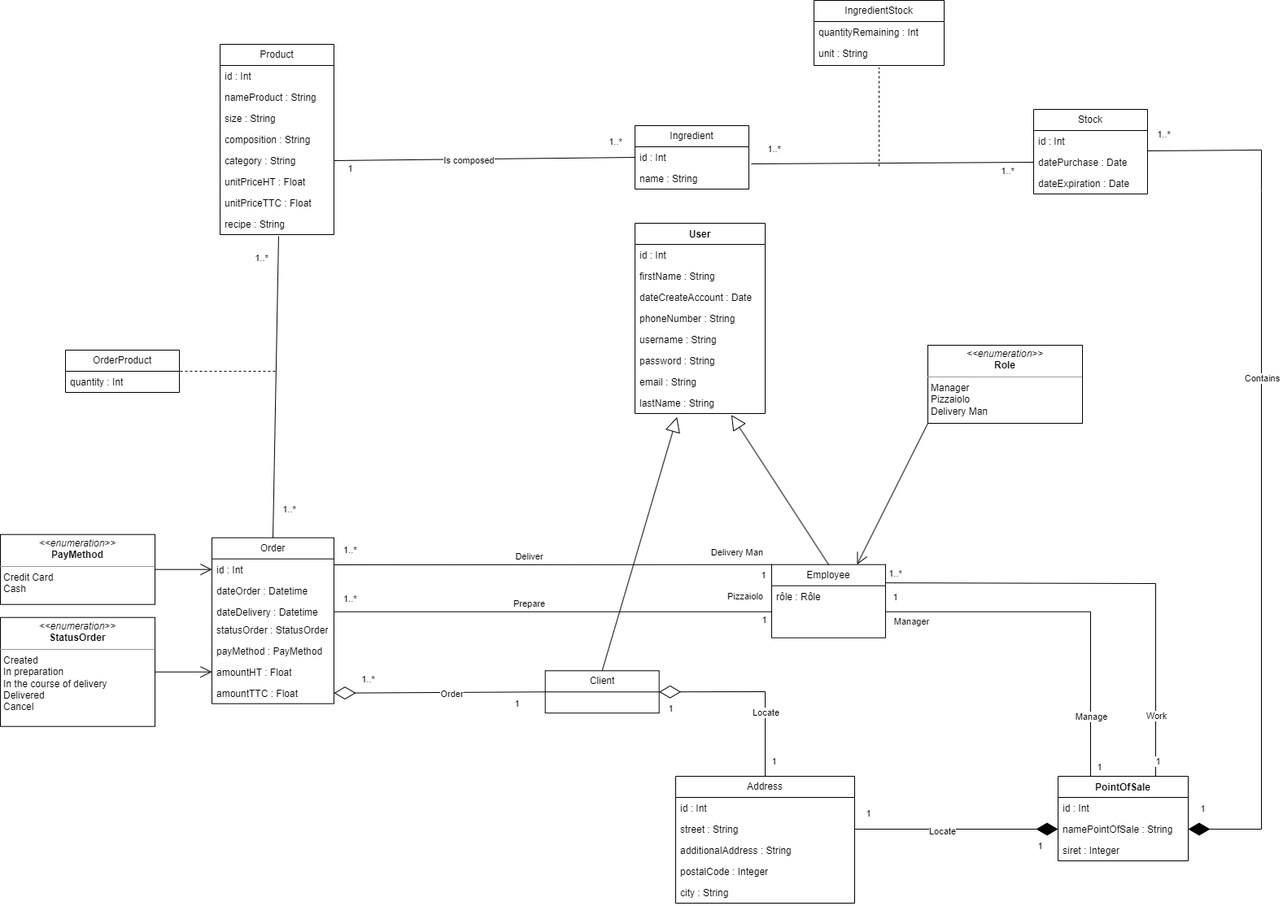
This is Concevez la solution technique d’un système de gestion de pizzerias_Famery_Valentin_/Famery_Valentin_1_diagramme_de_classe_mmaaaa/GestionPizzeria.png from valentinfamery/Openclassrooms-Project-8, a draw.io export, as it was before one commit. Source tidied: cells renumbered, new cells last; positions are measured from the earlier drawing's top-left corner, leaving out a move shared by most shapes.
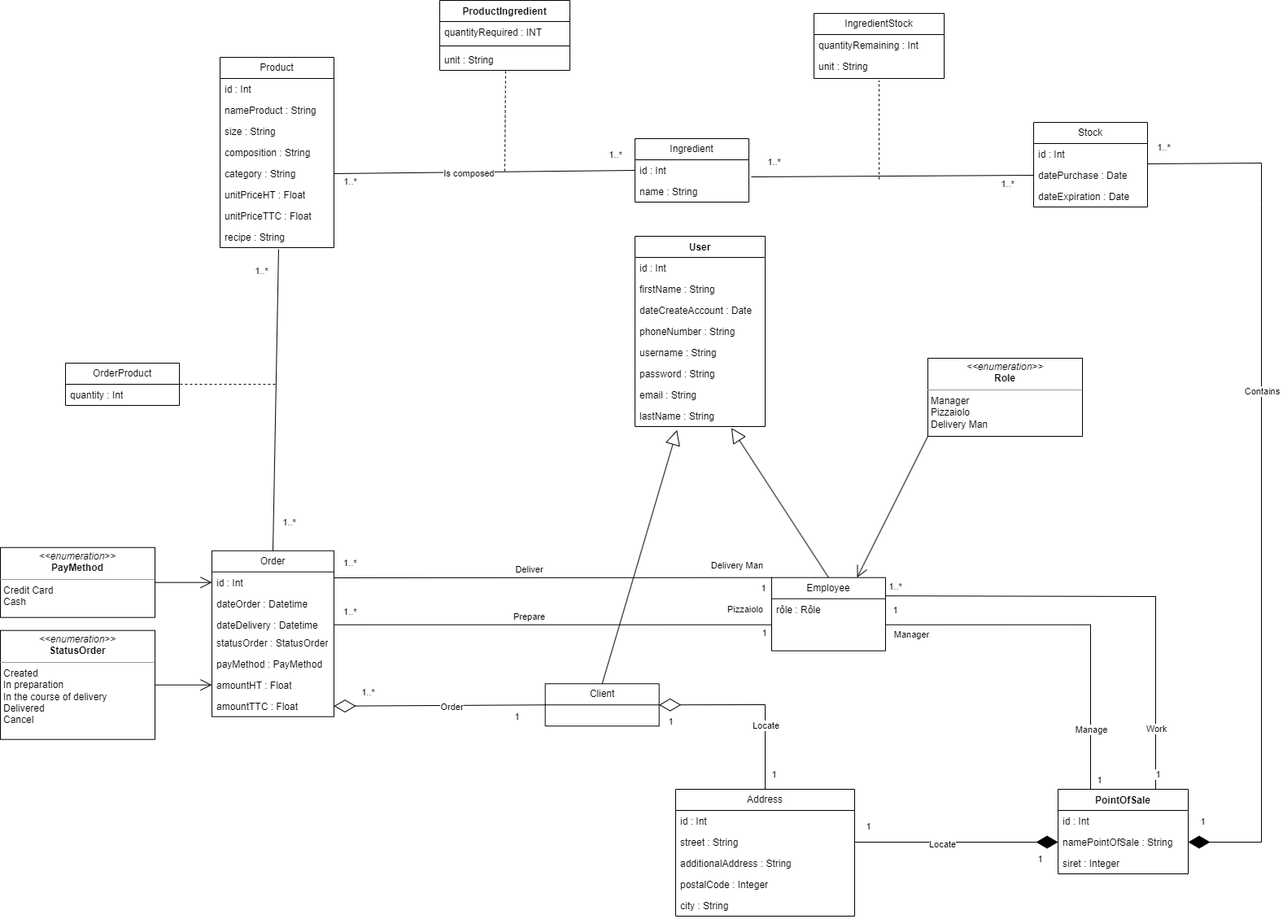
After the commit.

Commit message:
add new class association in class diagram

Change to the diagram source:
```diff
@@ -348,7 +348,7 @@
         <mxPoint y="-20" as="offset" />
       </mxGeometry>
     </mxCell>
-    <mxCell id="95" value="1" style="edgeLabel;html=1;align=center;verticalAlign=middle;" parent="92" vertex="1">
+    <mxCell id="95" value="1..*" style="edgeLabel;html=1;align=center;verticalAlign=middle;" parent="92" vertex="1">
       <mxGeometry x="-0.82" y="1" relative="1" as="geometry">
         <mxPoint x="-14" y="11" as="offset" />
       </mxGeometry>
@@ -415,5 +415,22 @@
         <mxPoint x="-2" y="-277" as="offset" />
       </mxGeometry>
     </mxCell>
+    <mxCell id="108" style="endArrow=none;dashed=1;html=1;rounded=0;entryX=0.506;entryY=1;entryDx=0;entryDy=0;entryPerimeter=0;" parent="1" edge="1" target="112">
+      <mxGeometry relative="1" as="geometry">
+        <mxPoint x="620" y="194" as="sourcePoint" />
+      </mxGeometry>
+    </mxCell>
+    <mxCell id="109" value="ProductIngredient" style="swimlane;fontStyle=1;align=center;verticalAlign=top;horizontal=1;startSize=26;whiteSpace=wrap;html=1;" parent="1" vertex="1">
+      <mxGeometry x="540" y="-16" width="160" height="86" as="geometry" />
+    </mxCell>
+    <mxCell id="110" value="quantityRequired : INT" style="text;strokeColor=none;fillColor=none;align=left;verticalAlign=top;spacingLeft=4;spacingRight=4;overflow=hidden;whiteSpace=wrap;html=1;" parent="109" vertex="1">
+      <mxGeometry y="26" width="160" height="26" as="geometry" />
+    </mxCell>
+    <mxCell id="111" style="line;strokeWidth=1;fillColor=none;align=left;verticalAlign=middle;spacingTop=-1;spacingLeft=3;spacingRight=3;labelPosition=right;strokeColor=inherit;" parent="109" vertex="1">
+      <mxGeometry y="52" width="160" height="8" as="geometry" />
+    </mxCell>
+    <mxCell id="112" value="unit : String" style="text;strokeColor=none;fillColor=none;align=left;verticalAlign=top;spacingLeft=4;spacingRight=4;overflow=hidden;points=[[0,0.5],[1,0.5]];portConstraint=eastwest;whiteSpace=wrap;html=1;" parent="109" vertex="1">
+      <mxGeometry y="60" width="160" height="26" as="geometry" />
+    </mxCell>
   </root>
 </mxGraphModel>
```
